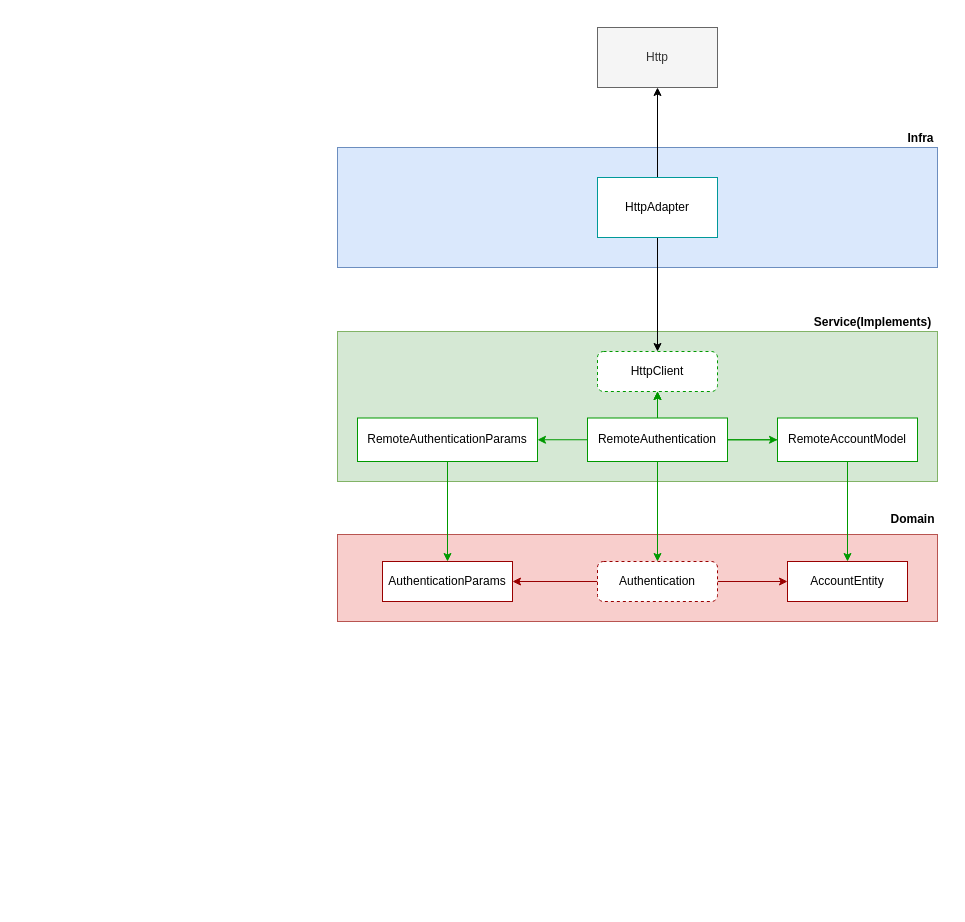
VagnerWillian/estudo-tdd-clean-flutter keeps this draw.io diagram as Untitled Diagram.drawio. Above is the earlier version. Source tidied: cells renumbered, new cells numbered last; positions are measured from the earlier drawing's top-left corner, leaving out a move shared by most shapes. Both pictures are drawn from the tidied source at 100%, with x=0, y=0 at pixel (337, 27).
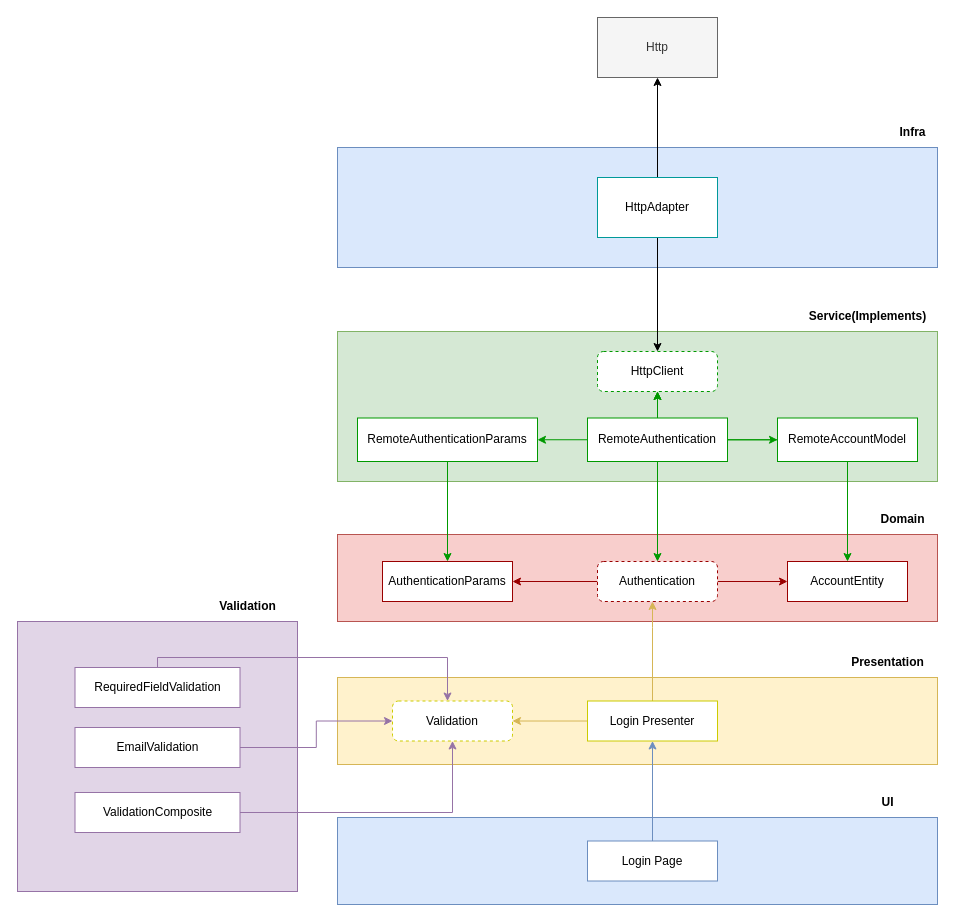
Above is the later version.

Unchanged cells that the change refers to:
```xml
<mxCell id="6" value="Authentication" style="rounded=1;whiteSpace=wrap;html=1;dashed=1;strokeColor=#990000;" parent="1" vertex="1">
  <mxGeometry x="260" y="534" width="120" height="40" as="geometry" />
</mxCell>
```

Diff of the diagram source:
```diff
@@
     <mxCell id="7" value="Domain" style="text;html=1;align=center;verticalAlign=middle;strokeColor=none;fillColor=none;fontStyle=1;" parent="1" vertex="1">
-      <mxGeometry x="540" y="477" width="70" height="30" as="geometry" />
+      <mxGeometry x="530" y="477" width="70" height="30" as="geometry" />
     </mxCell>
@@
     <mxCell id="11" value="Service(Implements)" style="text;html=1;align=center;verticalAlign=middle;strokeColor=none;fillColor=none;fontStyle=1;" parent="1" vertex="1">
-      <mxGeometry x="465" y="280" width="140" height="30" as="geometry" />
+      <mxGeometry x="460" y="274" width="140" height="30" as="geometry" />
     </mxCell>
@@
     <mxCell id="24" value="Infra" style="text;html=1;align=center;verticalAlign=middle;strokeColor=none;fillColor=none;fontStyle=1;" parent="1" vertex="1">
-      <mxGeometry x="558" y="96" width="50" height="30" as="geometry" />
+      <mxGeometry x="550" y="90" width="50" height="30" as="geometry" />
     </mxCell>
@@
     <mxCell id="28" value="Http" style="rounded=0;whiteSpace=wrap;html=1;strokeColor=#666666;fillColor=#f5f5f5;fontColor=#333333;" parent="1" vertex="1">
-      <mxGeometry x="260" width="120" height="60" as="geometry" />
+      <mxGeometry x="260" y="-10" width="120" height="60" as="geometry" />
     </mxCell>
+    <mxCell id="29" style="rounded=0;whiteSpace=wrap;html=1;fillColor=#fff2cc;strokeColor=#d6b656;" parent="1" vertex="1">
+      <mxGeometry y="650" width="600" height="87" as="geometry" />
+    </mxCell>
+    <mxCell id="30" style="edgeStyle=orthogonalEdgeStyle;rounded=0;jettySize=auto;html=1;fillColor=#fff2cc;strokeColor=#d6b656;" parent="1" edge="1" source="32" target="33">
+      <mxGeometry relative="1" as="geometry" />
+    </mxCell>
+    <mxCell id="31" style="edgeStyle=orthogonalEdgeStyle;rounded=0;jettySize=auto;html=1;fillColor=#fff2cc;strokeColor=#d6b656;" parent="1" edge="1" source="32" target="6">
+      <mxGeometry relative="1" as="geometry">
+        <Array as="points">
+          <mxPoint x="315" y="600" />
+          <mxPoint x="315" y="600" />
+        </Array>
+      </mxGeometry>
+    </mxCell>
+    <mxCell id="32" value="Login Presenter" style="rounded=0;whiteSpace=wrap;html=1;strokeColor=#CCCC00;" parent="1" vertex="1">
+      <mxGeometry x="250" y="673.5" width="130" height="40" as="geometry" />
+    </mxCell>
+    <mxCell id="33" value="Validation" style="rounded=1;whiteSpace=wrap;html=1;dashed=1;strokeColor=#CCCC00;" parent="1" vertex="1">
+      <mxGeometry x="55" y="673.5" width="120" height="40" as="geometry" />
+    </mxCell>
+    <mxCell id="34" style="rounded=0;whiteSpace=wrap;html=1;fillColor=#dae8fc;strokeColor=#6c8ebf;" parent="1" vertex="1">
+      <mxGeometry y="790" width="600" height="87" as="geometry" />
+    </mxCell>
+    <mxCell id="35" style="edgeStyle=orthogonalEdgeStyle;rounded=0;jettySize=auto;html=1;fillColor=#dae8fc;strokeColor=#6c8ebf;" parent="1" edge="1" source="36" target="32">
+      <mxGeometry relative="1" as="geometry" />
+    </mxCell>
+    <mxCell id="36" value="Login Page" style="rounded=0;whiteSpace=wrap;html=1;strokeColor=#6c8ebf;fillColor=#FFFFFF;" parent="1" vertex="1">
+      <mxGeometry x="250" y="813.5" width="130" height="40" as="geometry" />
+    </mxCell>
+    <mxCell id="37" value="Presentation" style="text;html=1;align=center;verticalAlign=middle;strokeColor=none;fillColor=none;fontStyle=1;" parent="1" vertex="1">
+      <mxGeometry x="500" y="620" width="100" height="30" as="geometry" />
+    </mxCell>
+    <mxCell id="38" value="UI" style="text;html=1;align=center;verticalAlign=middle;strokeColor=none;fillColor=none;fontStyle=1;" parent="1" vertex="1">
+      <mxGeometry x="530" y="760" width="40" height="30" as="geometry" />
+    </mxCell>
+    <mxCell id="39" style="rounded=0;whiteSpace=wrap;html=1;fillColor=#e1d5e7;strokeColor=#9673a6;" parent="1" vertex="1">
+      <mxGeometry x="-320" y="594" width="280" height="270" as="geometry" />
+    </mxCell>
+    <mxCell id="40" style="edgeStyle=orthogonalEdgeStyle;rounded=0;jettySize=auto;html=1;fillColor=#e1d5e7;strokeColor=#9673a6;" parent="1" edge="1" source="41" target="33">
+      <mxGeometry relative="1" as="geometry">
+        <Array as="points">
+          <mxPoint x="-180" y="630" />
+          <mxPoint x="110" y="630" />
+        </Array>
+      </mxGeometry>
+    </mxCell>
+    <mxCell id="41" value="RequiredFieldValidation" style="rounded=0;whiteSpace=wrap;html=1;strokeColor=#9673a6;fillColor=#FFFFFF;" parent="1" vertex="1">
+      <mxGeometry x="-262.5" y="640" width="165" height="40" as="geometry" />
+    </mxCell>
+    <mxCell id="42" style="edgeStyle=orthogonalEdgeStyle;rounded=0;jettySize=auto;html=1;fillColor=#e1d5e7;strokeColor=#9673a6;" parent="1" edge="1" source="43" target="33">
+      <mxGeometry relative="1" as="geometry" />
+    </mxCell>
+    <mxCell id="43" value="EmailValidation" style="rounded=0;whiteSpace=wrap;html=1;strokeColor=#9673a6;fillColor=#FFFFFF;" parent="1" vertex="1">
+      <mxGeometry x="-262.5" y="700" width="165" height="40" as="geometry" />
+    </mxCell>
+    <mxCell id="44" style="edgeStyle=orthogonalEdgeStyle;rounded=0;jettySize=auto;html=1;fillColor=#e1d5e7;strokeColor=#9673a6;" parent="1" edge="1" source="45" target="33">
+      <mxGeometry relative="1" as="geometry" />
+    </mxCell>
+    <mxCell id="45" value="ValidationComposite" style="rounded=0;whiteSpace=wrap;html=1;strokeColor=#9673a6;fillColor=#FFFFFF;" parent="1" vertex="1">
+      <mxGeometry x="-262.5" y="765" width="165" height="40" as="geometry" />
+    </mxCell>
+    <mxCell id="46" value="Validation" style="text;html=1;align=center;verticalAlign=middle;strokeColor=none;fillColor=none;fontStyle=1;" parent="1" vertex="1">
+      <mxGeometry x="-130" y="564" width="80" height="30" as="geometry" />
+    </mxCell>
```
